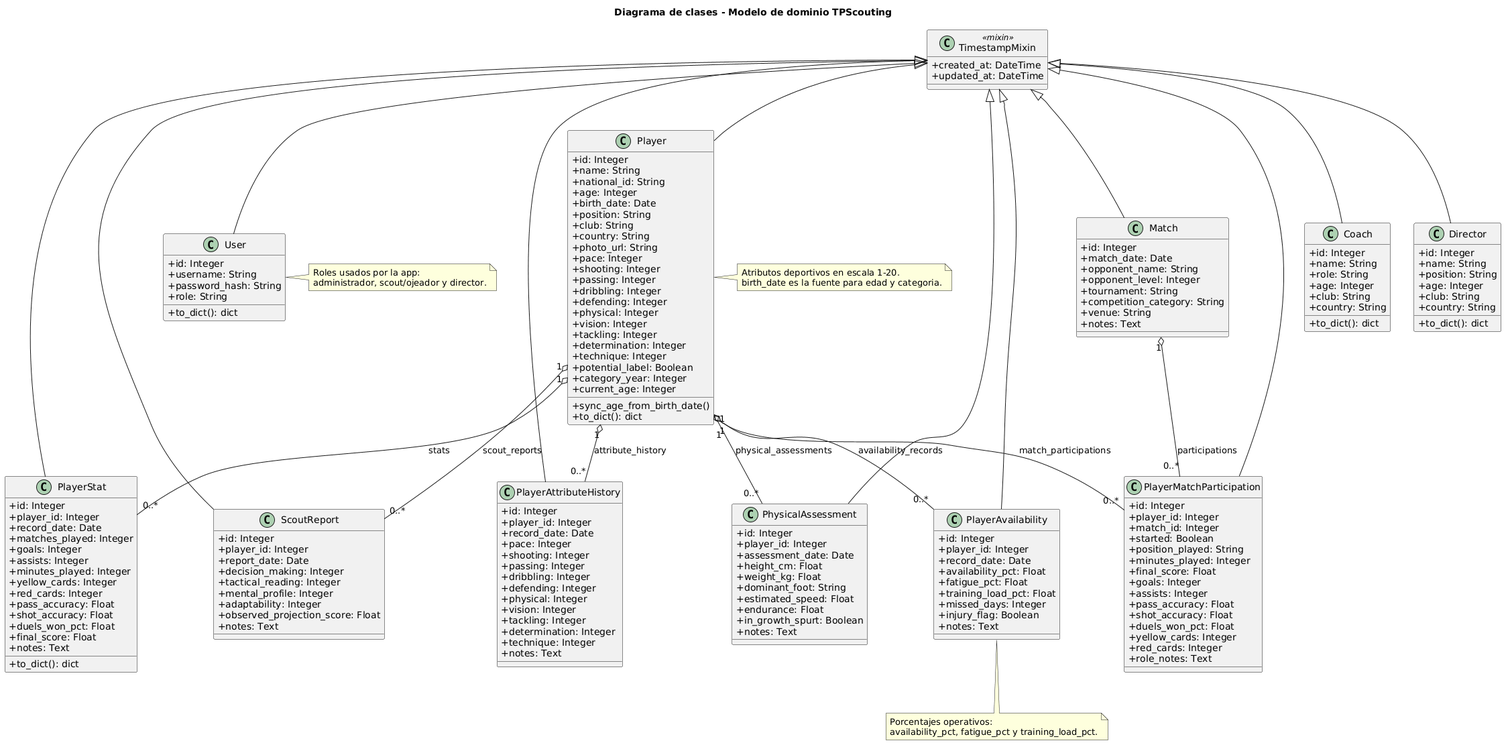
Above: docs/diagramas/export/05_clases.png in indio21/TPScouting (PlantUML), before the change. The source it was exported from:
```plantuml
@startuml
title Diagrama de clases - Modelo de dominio TPScouting

skinparam classAttributeIconSize 0

class TimestampMixin <<mixin>> {
  +created_at: DateTime
  +updated_at: DateTime
}

class Player {
  +id: Integer
  +name: String
  +national_id: String
  +age: Integer
  +birth_date: Date
  +position: String
  +club: String
  +country: String
  +photo_url: String
  +pace: Integer
  +shooting: Integer
  +passing: Integer
  +dribbling: Integer
  +defending: Integer
  +physical: Integer
  +vision: Integer
  +tackling: Integer
  +determination: Integer
  +technique: Integer
  +potential_label: Boolean
  +category_year: Integer
  +current_age: Integer
  +sync_age_from_birth_date()
  +to_dict(): dict
}

class PlayerStat {
  +id: Integer
  +player_id: Integer
  +record_date: Date
  +matches_played: Integer
  +goals: Integer
  +assists: Integer
  +minutes_played: Integer
  +yellow_cards: Integer
  +red_cards: Integer
  +pass_accuracy: Float
  +shot_accuracy: Float
  +duels_won_pct: Float
  +final_score: Float
  +notes: Text
  +to_dict(): dict
}

class PlayerAttributeHistory {
  +id: Integer
  +player_id: Integer
  +record_date: Date
  +pace: Integer
  +shooting: Integer
  +passing: Integer
  +dribbling: Integer
  +defending: Integer
  +physical: Integer
  +vision: Integer
  +tackling: Integer
  +determination: Integer
  +technique: Integer
  +notes: Text
}

class Match {
  +id: Integer
  +match_date: Date
  +opponent_name: String
  +opponent_level: Integer
  +tournament: String
  +competition_category: String
  +venue: String
  +notes: Text
}

class PlayerMatchParticipation {
  +id: Integer
  +player_id: Integer
  +match_id: Integer
  +started: Boolean
  +position_played: String
  +minutes_played: Integer
  +final_score: Float
  +goals: Integer
  +assists: Integer
  +pass_accuracy: Float
  +shot_accuracy: Float
  +duels_won_pct: Float
  +yellow_cards: Integer
  +red_cards: Integer
  +role_notes: Text
}

class ScoutReport {
  +id: Integer
  +player_id: Integer
  +report_date: Date
  +decision_making: Integer
  +tactical_reading: Integer
  +mental_profile: Integer
  +adaptability: Integer
  +observed_projection_score: Float
  +notes: Text
}

class PhysicalAssessment {
  +id: Integer
  +player_id: Integer
  +assessment_date: Date
  +height_cm: Float
  +weight_kg: Float
  +dominant_foot: String
  +estimated_speed: Float
  +endurance: Float
  +in_growth_spurt: Boolean
  +notes: Text
}

class PlayerAvailability {
  +id: Integer
  +player_id: Integer
  +record_date: Date
  +availability_pct: Float
  +fatigue_pct: Float
  +training_load_pct: Float
  +missed_days: Integer
  +injury_flag: Boolean
  +notes: Text
}

class User {
  +id: Integer
  +username: String
  +password_hash: String
  +role: String
  +to_dict(): dict
}

class Coach {
  +id: Integer
  +name: String
  +role: String
  +age: Integer
  +club: String
  +country: String
  +to_dict(): dict
}

class Director {
  +id: Integer
  +name: String
  +position: String
  +age: Integer
  +club: String
  +country: String
  +to_dict(): dict
}

TimestampMixin <|-- Player
TimestampMixin <|-- PlayerStat
TimestampMixin <|-- PlayerAttributeHistory
TimestampMixin <|-- Match
TimestampMixin <|-- PlayerMatchParticipation
TimestampMixin <|-- ScoutReport
TimestampMixin <|-- PhysicalAssessment
TimestampMixin <|-- PlayerAvailability
TimestampMixin <|-- User
TimestampMixin <|-- Coach
TimestampMixin <|-- Director

Player "1" o-- "0..*" PlayerStat : stats
Player "1" o-- "0..*" PlayerAttributeHistory : attribute_history
Player "1" o-- "0..*" PlayerMatchParticipation : match_participations
Player "1" o-- "0..*" ScoutReport : scout_reports
Player "1" o-- "0..*" PhysicalAssessment : physical_assessments
Player "1" o-- "0..*" PlayerAvailability : availability_records

Match "1" o-- "0..*" PlayerMatchParticipation : participations

note right of Player
Atributos deportivos en escala 1-20.
birth_date es la fuente para edad y categoria.
end note

note right of User
Roles usados por la app:
administrador, scout/ojeador y director.
end note

note bottom of PlayerAvailability
Porcentajes operativos:
availability_pct, fatigue_pct y training_load_pct.
end note
@enduml
```
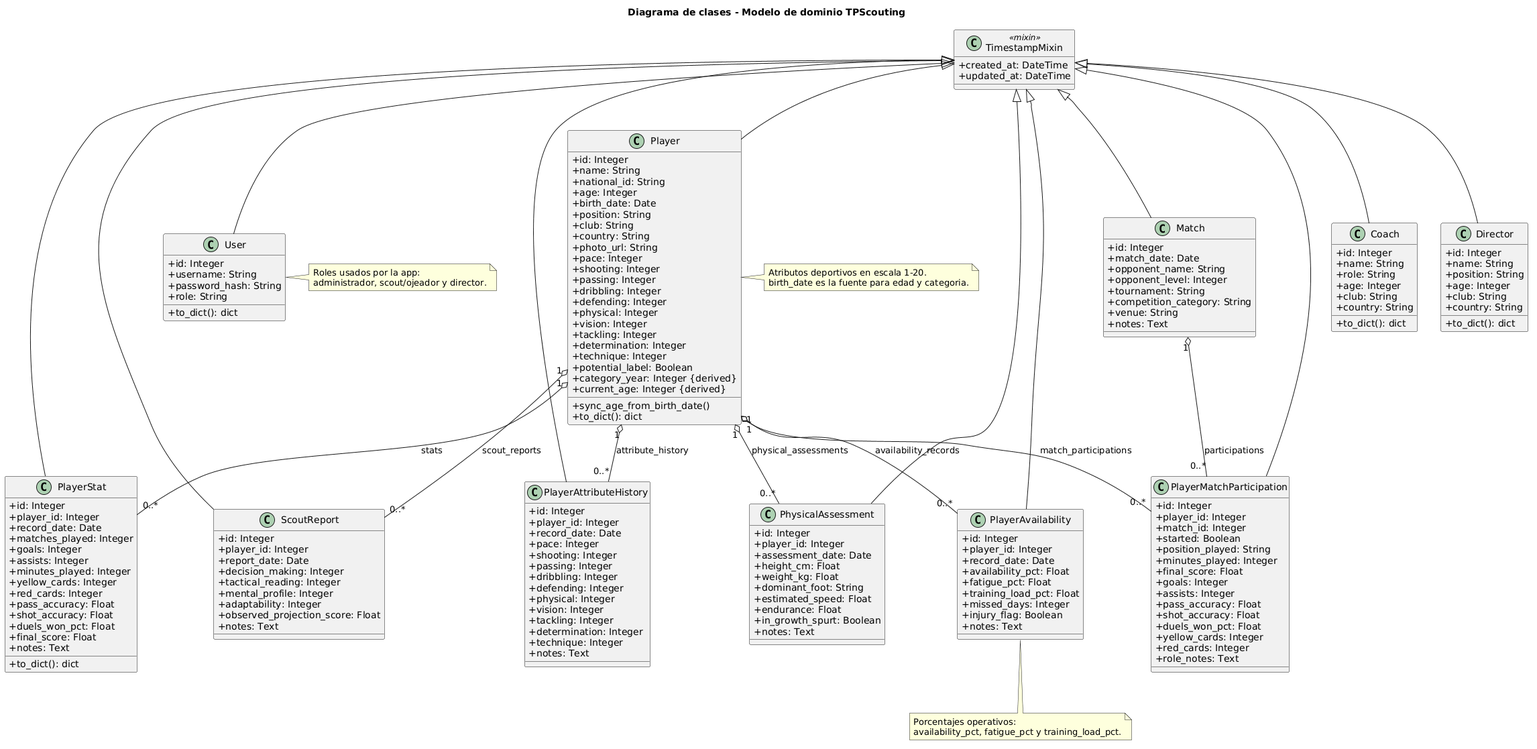
Above is the later version.

The edit, as a diff of the source:
```diff
@@ -29,8 +29,8 @@
   +determination: Integer
   +technique: Integer
   +potential_label: Boolean
-  +category_year: Integer
-  +current_age: Integer
+  +category_year: Integer {derived}
+  +current_age: Integer {derived}
   +sync_age_from_birth_date()
   +to_dict(): dict
 }
```
